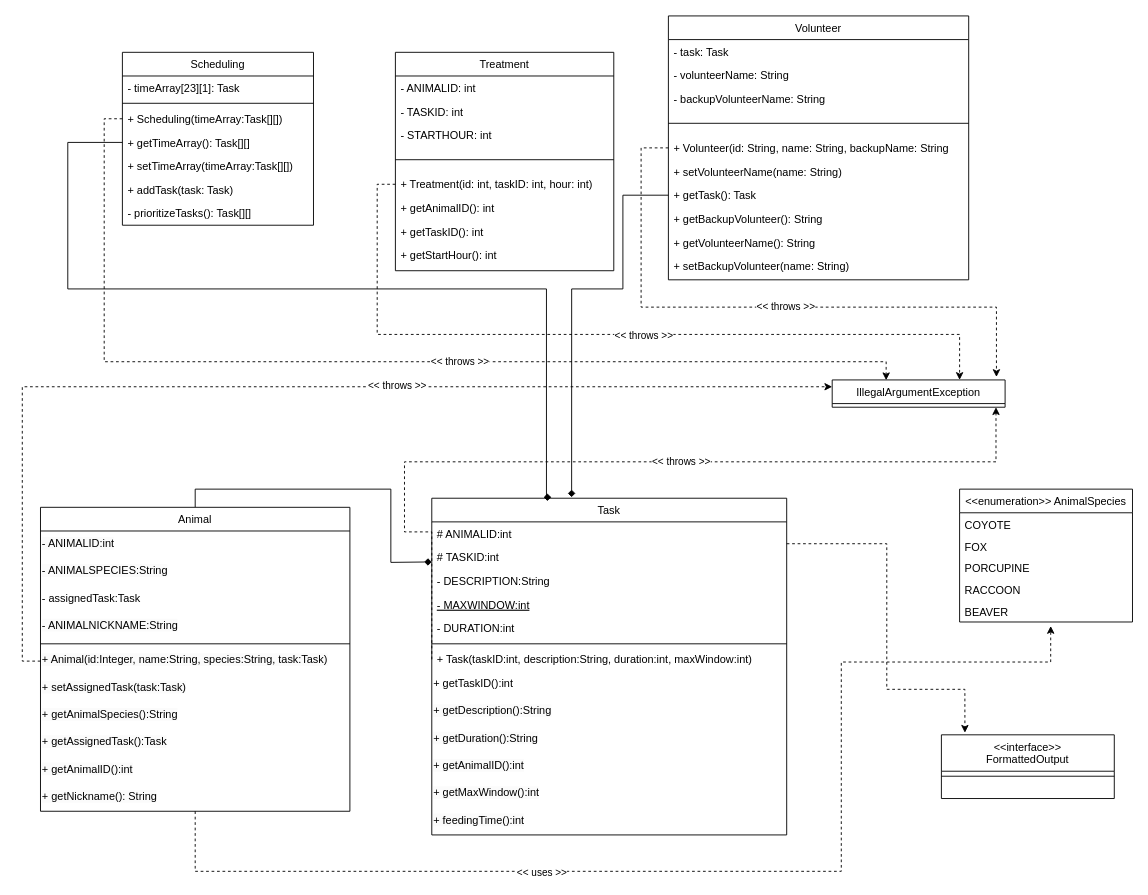
Earlier version of the draw.io diagram Project-UML.drawio (arminsandhu/ZooKeeper-Scheduler). Source tidied: cells renumbered, new cells numbered last; positions are measured from the earlier drawing's top-left corner, leaving out a move shared by most shapes. Both pictures are drawn from the tidied source at 91%, with x=0, y=0 at pixel (40, 15).
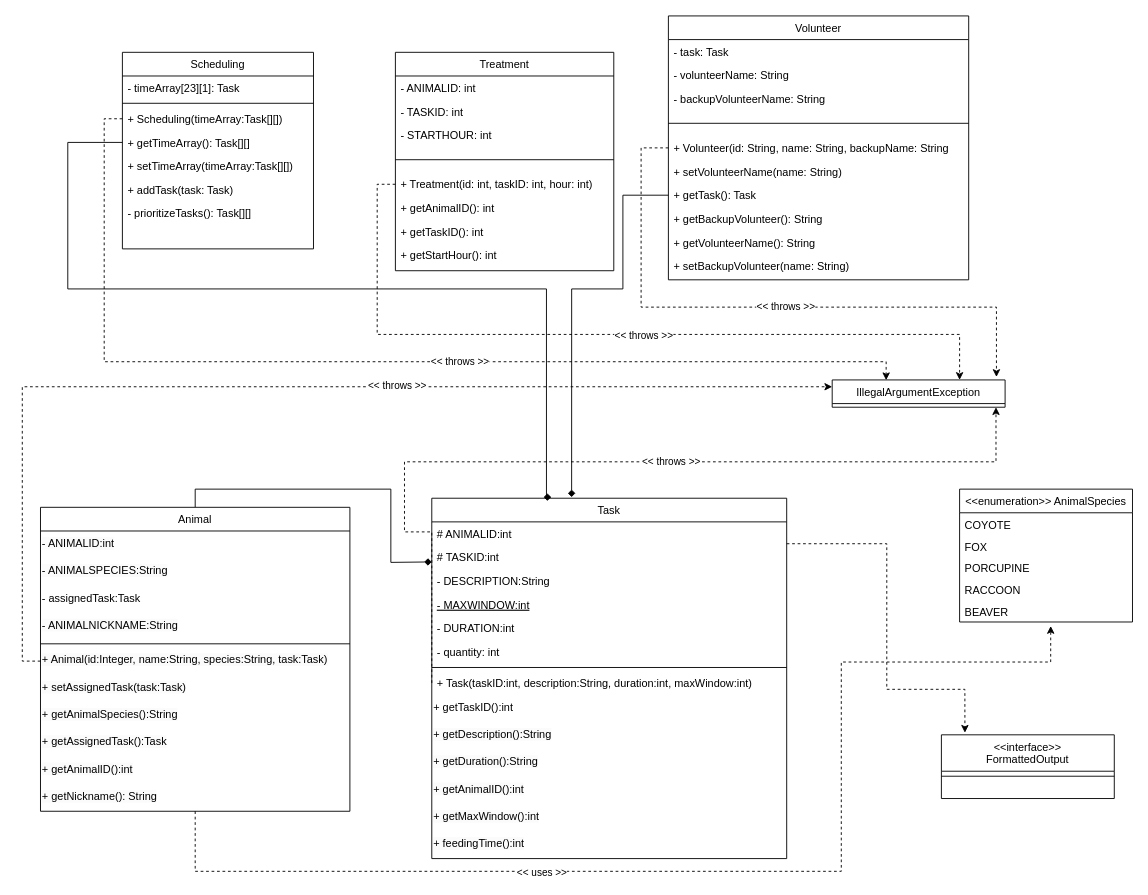
Above is the later version.

Change to the diagram source:
```diff
@@
     <mxCell id="2" value="Scheduling" style="swimlane;fontStyle=0;align=center;verticalAlign=top;horizontal=1;startSize=26;rounded=0;shadow=0;strokeWidth=1;" parent="1" vertex="1">
-      <mxGeometry x="90" y="40" width="210" height="190" as="geometry" />
+      <mxGeometry x="90" y="40" width="210" height="216" as="geometry" />
     </mxCell>
@@
     <mxCell id="37" value="Task" style="swimlane;fontStyle=0;align=center;verticalAlign=top;horizontal=1;startSize=26;rounded=0;shadow=0;strokeWidth=1;" parent="1" vertex="1">
-      <mxGeometry x="430" y="530" width="390" height="370" as="geometry" />
+      <mxGeometry x="430" y="530" width="390" height="396" as="geometry" />
     </mxCell>
@@
+    <mxCell id="81" value="- quantity: int" style="text;align=left;verticalAlign=top;spacingLeft=4;spacingRight=4;overflow=hidden;" parent="37" vertex="1">
+      <mxGeometry y="156" width="390" height="26" as="geometry" />
+    </mxCell>
     <mxCell id="43" style="line;html=1;strokeWidth=1;align=left;verticalAlign=middle;spacingTop=-1;spacingLeft=3;spacingRight=3;labelPosition=right;" parent="37" vertex="1">
-      <mxGeometry y="156" width="390" height="8" as="geometry" />
+      <mxGeometry y="182" width="390" height="8" as="geometry" />
     </mxCell>
     <mxCell id="44" value="+ Task(taskID:int, description:String, duration:int, maxWindow:int)" style="text;align=left;verticalAlign=top;spacingLeft=4;spacingRight=4;overflow=hidden;points=[[0,0.5],[1,0.5]];portConstraint=eastwest;" parent="37" vertex="1">
-      <mxGeometry y="164" width="390" height="26" as="geometry" />
+      <mxGeometry y="190" width="390" height="26" as="geometry" />
     </mxCell>
     <mxCell id="45" value="+ getTaskID():int" style="text;whiteSpace=wrap;html=1;" parent="37" vertex="1">
-      <mxGeometry y="190" width="390" height="30" as="geometry" />
+      <mxGeometry y="216" width="390" height="30" as="geometry" />
     </mxCell>
     <mxCell id="46" value="&lt;span style=&quot;color: rgb(0, 0, 0); font-family: Helvetica; font-size: 12px; font-style: normal; font-variant-ligatures: normal; font-variant-caps: normal; font-weight: 400; letter-spacing: normal; orphans: 2; text-align: left; text-indent: 0px; text-transform: none; widows: 2; word-spacing: 0px; -webkit-text-stroke-width: 0px; background-color: rgb(251, 251, 251); text-decoration-thickness: initial; text-decoration-style: initial; text-decoration-color: initial; float: none; display: inline !important;&quot;&gt;+ getDescription():String&lt;/span&gt;&lt;br style=&quot;border-color: var(--border-color); color: rgb(0, 0, 0); font-family: Helvetica; font-size: 12px; font-style: normal; font-variant-ligatures: normal; font-variant-caps: normal; font-weight: 400; letter-spacing: normal; orphans: 2; text-align: left; text-indent: 0px; text-transform: none; widows: 2; word-spacing: 0px; -webkit-text-stroke-width: 0px; background-color: rgb(251, 251, 251); text-decoration-thickness: initial; text-decoration-style: initial; text-decoration-color: initial;&quot;&gt;" style="text;whiteSpace=wrap;html=1;" parent="37" vertex="1">
-      <mxGeometry y="220" width="390" height="30" as="geometry" />
+      <mxGeometry y="246" width="390" height="30" as="geometry" />
     </mxCell>
     <mxCell id="47" value="&lt;span style=&quot;color: rgb(0, 0, 0); font-family: Helvetica; font-size: 12px; font-style: normal; font-variant-ligatures: normal; font-variant-caps: normal; font-weight: 400; letter-spacing: normal; orphans: 2; text-align: left; text-indent: 0px; text-transform: none; widows: 2; word-spacing: 0px; -webkit-text-stroke-width: 0px; background-color: rgb(251, 251, 251); text-decoration-thickness: initial; text-decoration-style: initial; text-decoration-color: initial; float: none; display: inline !important;&quot;&gt;+ getDuration():String&lt;/span&gt;&lt;br style=&quot;border-color: var(--border-color); color: rgb(0, 0, 0); font-family: Helvetica; font-size: 12px; font-style: normal; font-variant-ligatures: normal; font-variant-caps: normal; font-weight: 400; letter-spacing: normal; orphans: 2; text-align: left; text-indent: 0px; text-transform: none; widows: 2; word-spacing: 0px; -webkit-text-stroke-width: 0px; background-color: rgb(251, 251, 251); text-decoration-thickness: initial; text-decoration-style: initial; text-decoration-color: initial;&quot;&gt;" style="text;whiteSpace=wrap;html=1;" parent="37" vertex="1">
-      <mxGeometry y="250" width="390" height="30" as="geometry" />
+      <mxGeometry y="276" width="390" height="30" as="geometry" />
     </mxCell>
     <mxCell id="48" value="&lt;span style=&quot;color: rgb(0, 0, 0); font-family: Helvetica; font-size: 12px; font-style: normal; font-variant-ligatures: normal; font-variant-caps: normal; font-weight: 400; letter-spacing: normal; orphans: 2; text-align: left; text-indent: 0px; text-transform: none; widows: 2; word-spacing: 0px; -webkit-text-stroke-width: 0px; background-color: rgb(251, 251, 251); text-decoration-thickness: initial; text-decoration-style: initial; text-decoration-color: initial; float: none; display: inline !important;&quot;&gt;+ getAnimalID():int&lt;/span&gt;&lt;br style=&quot;border-color: var(--border-color); color: rgb(0, 0, 0); font-family: Helvetica; font-size: 12px; font-style: normal; font-variant-ligatures: normal; font-variant-caps: normal; font-weight: 400; letter-spacing: normal; orphans: 2; text-align: left; text-indent: 0px; text-transform: none; widows: 2; word-spacing: 0px; -webkit-text-stroke-width: 0px; background-color: rgb(251, 251, 251); text-decoration-thickness: initial; text-decoration-style: initial; text-decoration-color: initial;&quot;&gt;" style="text;whiteSpace=wrap;html=1;" parent="37" vertex="1">
-      <mxGeometry y="280" width="390" height="30" as="geometry" />
+      <mxGeometry y="306" width="390" height="30" as="geometry" />
     </mxCell>
     <mxCell id="49" value="&lt;span style=&quot;color: rgb(0, 0, 0); font-family: Helvetica; font-size: 12px; font-style: normal; font-variant-ligatures: normal; font-variant-caps: normal; font-weight: 400; letter-spacing: normal; orphans: 2; text-align: left; text-indent: 0px; text-transform: none; widows: 2; word-spacing: 0px; -webkit-text-stroke-width: 0px; background-color: rgb(251, 251, 251); text-decoration-thickness: initial; text-decoration-style: initial; text-decoration-color: initial; float: none; display: inline !important;&quot;&gt;+ getMaxWindow():int&lt;/span&gt;&lt;br style=&quot;border-color: var(--border-color); color: rgb(0, 0, 0); font-family: Helvetica; font-size: 12px; font-style: normal; font-variant-ligatures: normal; font-variant-caps: normal; font-weight: 400; letter-spacing: normal; orphans: 2; text-align: left; text-indent: 0px; text-transform: none; widows: 2; word-spacing: 0px; -webkit-text-stroke-width: 0px; background-color: rgb(251, 251, 251); text-decoration-thickness: initial; text-decoration-style: initial; text-decoration-color: initial;&quot;&gt;" style="text;whiteSpace=wrap;html=1;" parent="37" vertex="1">
-      <mxGeometry y="310" width="390" height="30" as="geometry" />
+      <mxGeometry y="336" width="390" height="30" as="geometry" />
     </mxCell>
     <mxCell id="50" value="&lt;span style=&quot;color: rgb(0, 0, 0); font-family: Helvetica; font-size: 12px; font-style: normal; font-variant-ligatures: normal; font-variant-caps: normal; font-weight: 400; letter-spacing: normal; orphans: 2; text-align: left; text-indent: 0px; text-transform: none; widows: 2; word-spacing: 0px; -webkit-text-stroke-width: 0px; background-color: rgb(251, 251, 251); text-decoration-thickness: initial; text-decoration-style: initial; text-decoration-color: initial; float: none; display: inline !important;&quot;&gt;+ feedingTime():int&lt;/span&gt;" style="text;whiteSpace=wrap;html=1;" parent="37" vertex="1">
-      <mxGeometry y="340" width="390" height="30" as="geometry" />
+      <mxGeometry y="366" width="390" height="30" as="geometry" />
     </mxCell>
```
